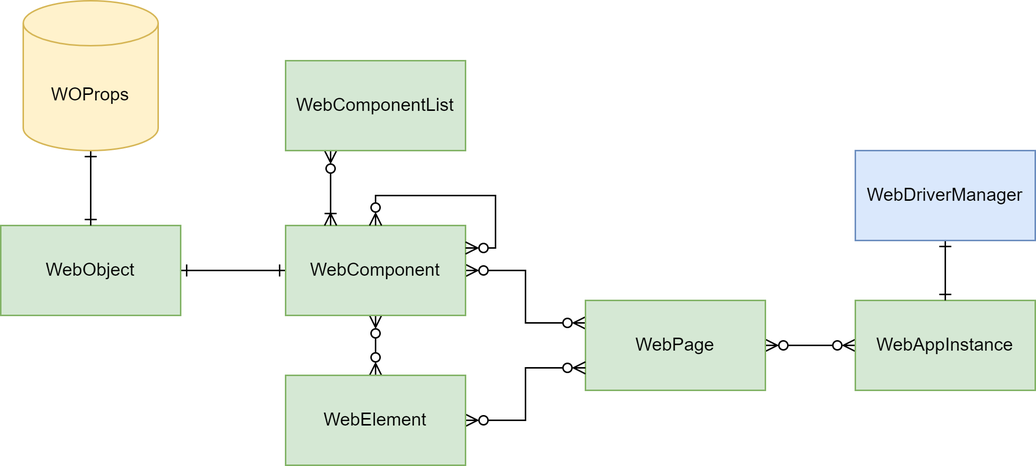
The draw.io diagram core-automation-framework/docs/img/web-objects-structure.drawio.png in InventiDevelopment/Automation-Framework, before a commit. Source tidied: cells renumbered, new cells last; positions are measured from the earlier drawing's top-left corner, leaving out a move shared by most shapes. Source of this version:
```xml
<mxGraphModel>
  <root>
    <mxCell id="0" />
    <mxCell id="1" parent="0" />
    <mxCell id="2" style="edgeStyle=orthogonalEdgeStyle;rounded=0;jettySize=auto;html=1;exitX=1;exitY=0.5;exitDx=0;exitDy=0;entryX=0;entryY=0.5;entryDx=0;entryDy=0;endArrow=ERone;endFill=0;startArrow=ERone;startFill=0;" parent="1" edge="1" source="3" target="6">
      <mxGeometry relative="1" as="geometry" />
    </mxCell>
    <mxCell id="3" value="WebObject" style="rounded=0;whiteSpace=wrap;html=1;fillColor=#d5e8d4;strokeColor=#82b366;" parent="1" vertex="1">
      <mxGeometry y="150" width="120" height="60" as="geometry" />
    </mxCell>
    <mxCell id="4" style="edgeStyle=orthogonalEdgeStyle;rounded=0;jettySize=auto;html=1;exitX=1;exitY=0.5;exitDx=0;exitDy=0;entryX=0;entryY=0.25;entryDx=0;entryDy=0;endArrow=ERzeroToMany;endFill=0;startArrow=ERzeroToMany;startFill=0;" parent="1" edge="1" source="6" target="8">
      <mxGeometry relative="1" as="geometry" />
    </mxCell>
    <mxCell id="5" style="edgeStyle=orthogonalEdgeStyle;rounded=0;jettySize=auto;html=1;exitX=0.5;exitY=1;exitDx=0;exitDy=0;entryX=0.5;entryY=0;entryDx=0;entryDy=0;startArrow=ERzeroToMany;startFill=0;endArrow=ERzeroToMany;endFill=0;" parent="1" edge="1" source="6" target="12">
      <mxGeometry relative="1" as="geometry" />
    </mxCell>
    <mxCell id="6" value="WebComponent" style="rounded=0;whiteSpace=wrap;html=1;fillColor=#d5e8d4;strokeColor=#82b366;" parent="1" vertex="1">
      <mxGeometry x="190" y="150" width="120" height="60" as="geometry" />
    </mxCell>
    <mxCell id="7" style="edgeStyle=orthogonalEdgeStyle;rounded=0;jettySize=auto;html=1;exitX=1;exitY=0.5;exitDx=0;exitDy=0;entryX=0;entryY=0.5;entryDx=0;entryDy=0;endArrow=ERzeroToMany;endFill=0;startArrow=ERzeroToMany;startFill=0;" parent="1" edge="1" source="8" target="15">
      <mxGeometry relative="1" as="geometry" />
    </mxCell>
    <mxCell id="8" value="WebPage" style="rounded=0;whiteSpace=wrap;html=1;fillColor=#d5e8d4;strokeColor=#82b366;" parent="1" vertex="1">
      <mxGeometry x="390" y="200" width="120" height="60" as="geometry" />
    </mxCell>
    <mxCell id="9" style="edgeStyle=orthogonalEdgeStyle;rounded=0;jettySize=auto;html=1;exitX=0.5;exitY=1;exitDx=0;exitDy=0;exitPerimeter=0;endArrow=ERone;endFill=0;startArrow=ERone;startFill=0;" parent="1" edge="1" source="10" target="3">
      <mxGeometry relative="1" as="geometry" />
    </mxCell>
    <mxCell id="10" value="WOProps" style="shape=cylinder3;whiteSpace=wrap;html=1;boundedLbl=1;backgroundOutline=1;size=15;fillColor=#fff2cc;strokeColor=#d6b656;" parent="1" vertex="1">
      <mxGeometry x="15" width="90" height="100" as="geometry" />
    </mxCell>
    <mxCell id="11" style="edgeStyle=orthogonalEdgeStyle;rounded=0;jettySize=auto;html=1;exitX=1;exitY=0.5;exitDx=0;exitDy=0;entryX=0;entryY=0.75;entryDx=0;entryDy=0;endArrow=ERzeroToMany;endFill=0;startArrow=ERzeroToMany;startFill=0;" parent="1" edge="1" source="12" target="8">
      <mxGeometry relative="1" as="geometry" />
    </mxCell>
    <mxCell id="12" value="WebElement" style="rounded=0;whiteSpace=wrap;html=1;fillColor=#d5e8d4;strokeColor=#82b366;" parent="1" vertex="1">
      <mxGeometry x="190" y="250" width="120" height="60" as="geometry" />
    </mxCell>
    <mxCell id="13" style="edgeStyle=orthogonalEdgeStyle;rounded=0;jettySize=auto;html=1;exitX=0.25;exitY=1;exitDx=0;exitDy=0;entryX=0.25;entryY=0;entryDx=0;entryDy=0;endArrow=ERoneToMany;endFill=0;startArrow=ERzeroToMany;startFill=0;" parent="1" edge="1" source="14" target="6">
      <mxGeometry relative="1" as="geometry" />
    </mxCell>
    <mxCell id="14" value="WebComponentList" style="rounded=0;whiteSpace=wrap;html=1;fillColor=#d5e8d4;strokeColor=#82b366;" parent="1" vertex="1">
      <mxGeometry x="190" y="40" width="120" height="60" as="geometry" />
    </mxCell>
    <mxCell id="15" value="WebAppInstance" style="rounded=0;whiteSpace=wrap;html=1;fillColor=#d5e8d4;strokeColor=#82b366;" parent="1" vertex="1">
      <mxGeometry x="570" y="200" width="120" height="60" as="geometry" />
    </mxCell>
    <mxCell id="16" style="edgeStyle=orthogonalEdgeStyle;rounded=0;jettySize=auto;html=1;exitX=0.5;exitY=1;exitDx=0;exitDy=0;entryX=0.5;entryY=0;entryDx=0;entryDy=0;endArrow=ERone;endFill=0;startArrow=ERone;startFill=0;" parent="1" edge="1" source="17" target="15">
      <mxGeometry relative="1" as="geometry" />
    </mxCell>
    <mxCell id="17" value="WebDriverManager" style="rounded=0;whiteSpace=wrap;html=1;fillColor=#dae8fc;strokeColor=#6c8ebf;" parent="1" vertex="1">
      <mxGeometry x="570" y="100" width="120" height="60" as="geometry" />
    </mxCell>
    <mxCell id="18" style="edgeStyle=orthogonalEdgeStyle;rounded=0;orthogonalLoop=1;jettySize=auto;html=1;exitX=0.5;exitY=0;exitDx=0;exitDy=0;entryX=1;entryY=0.25;entryDx=0;entryDy=0;startArrow=ERzeroToMany;startFill=0;endArrow=ERzeroToMany;endFill=0;" parent="1" edge="1" source="6" target="6">
      <mxGeometry relative="1" as="geometry" />
    </mxCell>
  </root>
</mxGraphModel>
```
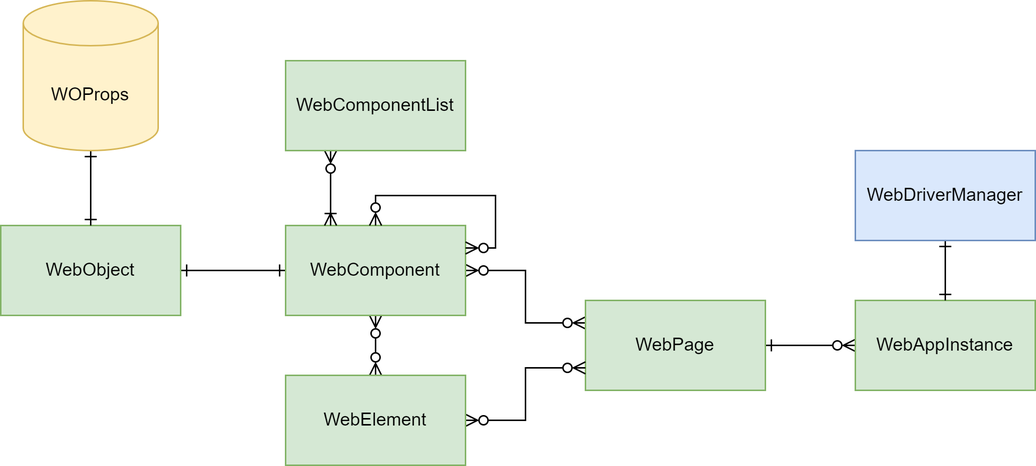
The same diagram one commit later.

Change to the diagram source:
```diff
@@ -17,7 +17,7 @@
     <mxCell id="6" value="WebComponent" style="rounded=0;whiteSpace=wrap;html=1;fillColor=#d5e8d4;strokeColor=#82b366;" parent="1" vertex="1">
       <mxGeometry x="190" y="150" width="120" height="60" as="geometry" />
     </mxCell>
-    <mxCell id="7" style="edgeStyle=orthogonalEdgeStyle;rounded=0;jettySize=auto;html=1;exitX=1;exitY=0.5;exitDx=0;exitDy=0;entryX=0;entryY=0.5;entryDx=0;entryDy=0;endArrow=ERzeroToMany;endFill=0;startArrow=ERzeroToMany;startFill=0;" parent="1" edge="1" source="8" target="15">
+    <mxCell id="7" style="edgeStyle=orthogonalEdgeStyle;rounded=0;jettySize=auto;html=1;exitX=1;exitY=0.5;exitDx=0;exitDy=0;entryX=0;entryY=0.5;entryDx=0;entryDy=0;endArrow=ERzeroToMany;endFill=0;startArrow=ERone;startFill=0;" parent="1" edge="1" source="8" target="15">
       <mxGeometry relative="1" as="geometry" />
     </mxCell>
     <mxCell id="8" value="WebPage" style="rounded=0;whiteSpace=wrap;html=1;fillColor=#d5e8d4;strokeColor=#82b366;" parent="1" vertex="1">
```
